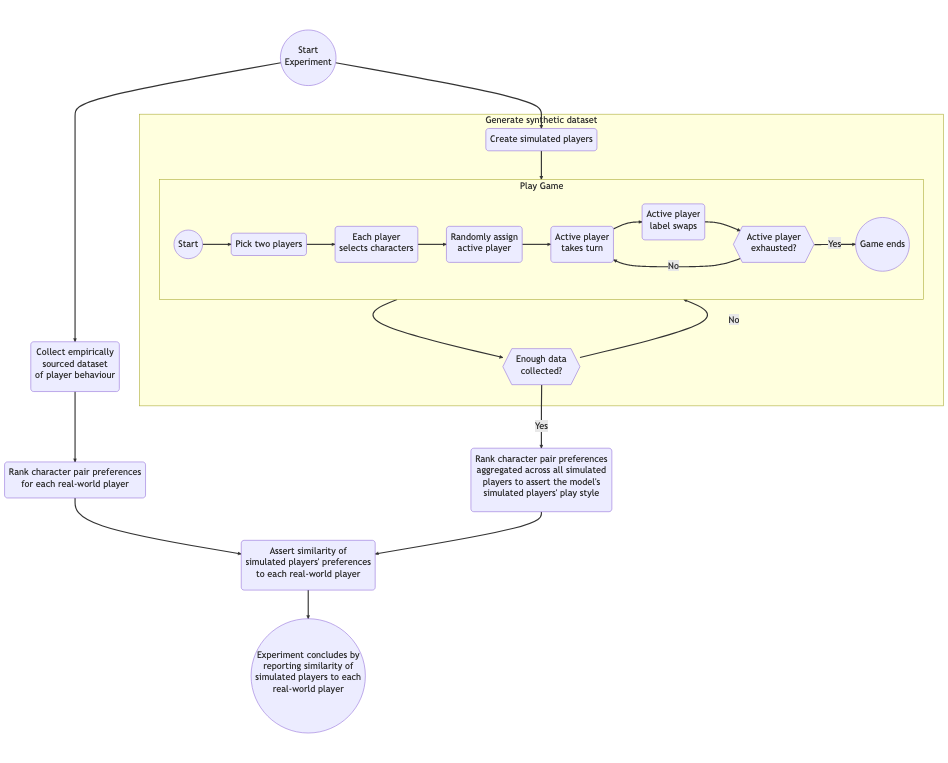
The Mermaid diagram 50_optimisation_with_aspects/diagrams/naive_model.png in probablytom/Thesis, before a commit. Its source is kept beside it as 50_optimisation_with_aspects/diagrams/naive_model.mermaid.
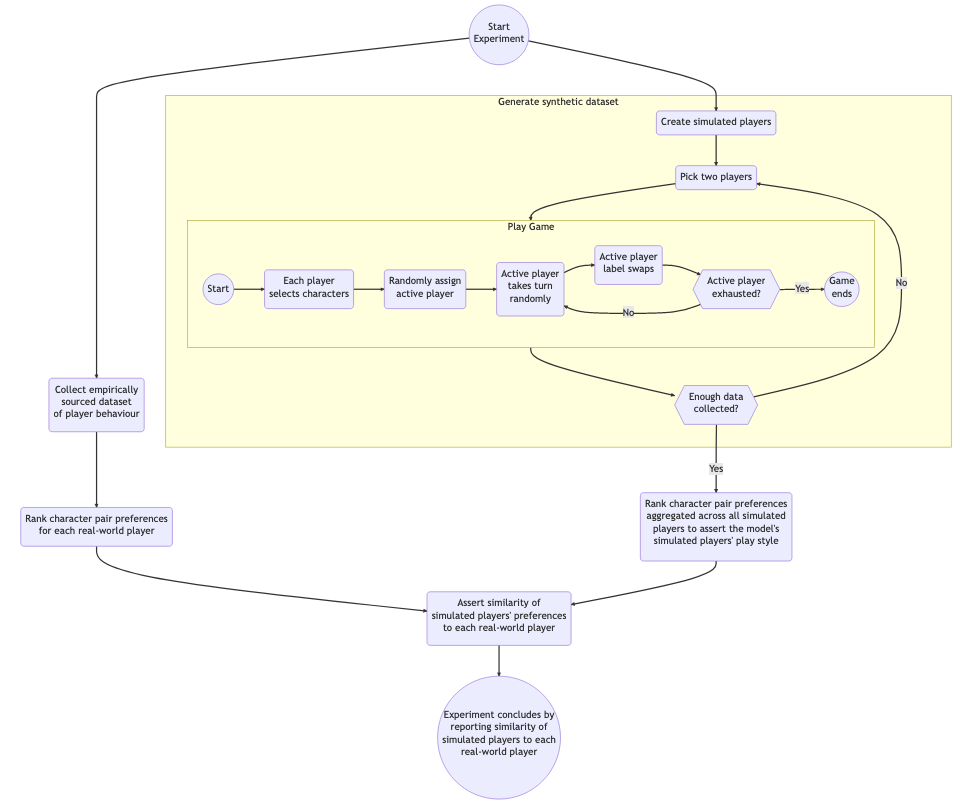
After the change.

Commit message:
Naive model explained

What changed in the source:
```diff
@@ -6,17 +6,17 @@
     pickPlayers(Pick two players)
     selectCharacters(Each player\n selects characters)
     pickFirstPlayer(Randomly assign\nactive player)
-    turnP1(Active player\ntakes turn)
+    turnP1(Active player\ntakes turn\nrandomly)
     switchActive("Active" player\nlabel swaps)
     decideDone{{Active player\nexhausted?}}
-    gameFinishes((Game ends))
+    gameFinishes((Game\nends))
     enoughData{{Enough data\ncollected?}}
     rankSyntheticPreferences(Rank character pair preferences\naggregated across all simulated\nplayers to assert the model's\nsimulated players' play style)
     rankEmpiricalPreferences(Rank character pair preferences\nfor each real-world player)
     calculateSimilarity(Assert similarity of\nsimulated players' preferences\nto each real-world player)
     done((Experiment concludes by\nreporting similarity of\nsimulated players to each\nreal-world player))
 
-    startExperiment --> createPlayers
+    startExperiment --> createPlayers --> pickPlayers
     startExperiment --> empiricalDataset
 
     empiricalDataset --> rankEmpiricalPreferences
@@ -24,16 +24,17 @@
 
     subgraph generateSyntheticData [Generate synthetic dataset]
         direction TB
-        createPlayers --> playGame
+        createPlayers
+        pickPlayers --> playGame
         subgraph playGame [Play Game]
             direction LR
-            start((Start)) --> pickPlayers --> selectCharacters
+            start((Start)) --> selectCharacters
             selectCharacters -->  pickFirstPlayer --> turnP1 --> switchActive --> decideDone
             decideDone -->|Yes| gameFinishes
             decideDone -->|No| turnP1
         end
             playGame -->enoughData
-            enoughData -->|No| playGame
+            enoughData -->|No|pickPlayers
     end
     enoughData -->|Yes| rankSyntheticPreferences
 
```
